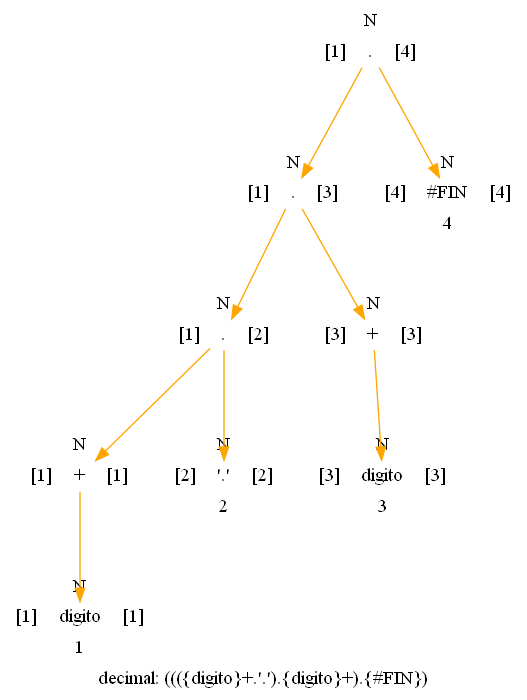
The Graphviz diagram ARBOLES_202004765/Arbol_decimal.png in PikaGuty/OLC1_Proyecto1_202004765, before a commit. Its source is kept beside it as ARBOLES_202004765/Arbol_decimal.dot. Source of this version:
```dot
digraph structs {
    node [shape=record];
    label = "decimal: ((({digito}+.'.').{digito}+).{#FIN})";
    Nodo9 [label="{ N |{[1]|<here> . |[4]}| }" color="white"];
    Nodo7 [label="{ N |{[1]|<here> . |[3]}| }" color="white"];
    Nodo4 [label="{ N |{[1]|<here> . |[2]}| }" color="white"];
    Nodo2 [label="{ N |{[1]|<here> + |[1]}| }" color="white"];
    Nodo1 [label="{ N |{[1]|<here> digito |[1]}| 1}" color="white"];
    Nodo3 [label="{ N |{[2]|<here> '.' |[2]}| 2}" color="white"];
    Nodo6 [label="{ N |{[3]|<here> + |[3]}| }" color="white"];
    Nodo5 [label="{ N |{[3]|<here> digito |[3]}| 3}" color="white"];
    Nodo8 [label="{ N |{[4]|<here> #FIN |[4]}| 4}" color="white"];
    Nodo9:here -> Nodo7:here [color="orange"];
    Nodo9:here -> Nodo8:here [color="orange"];
    Nodo7:here -> Nodo4:here [color="orange"];
    Nodo7:here -> Nodo6:here [color="orange"];
    Nodo4:here -> Nodo2:here [color="orange"];
    Nodo4:here -> Nodo3:here [color="orange"];
    Nodo2:here -> Nodo1:here [color="orange"];
    Nodo6:here -> Nodo5:here [color="orange"];
}
```
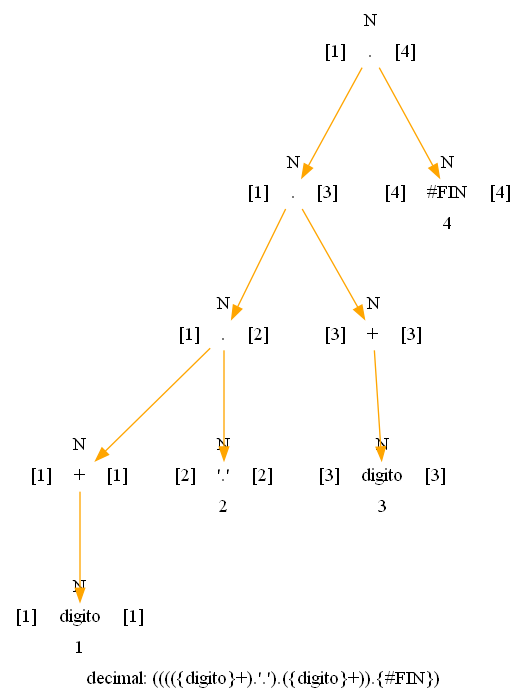
After the change.

Change to the diagram source:
```diff
@@ -1,6 +1,6 @@
 digraph structs {
     node [shape=record];
-    label = "decimal: ((({digito}+.'.').{digito}+).{#FIN})";
+    label = "decimal: (((({digito}+).'.').({digito}+)).{#FIN})";
     Nodo9 [label="{ N |{[1]|<here> . |[4]}| }" color="white"];
     Nodo7 [label="{ N |{[1]|<here> . |[3]}| }" color="white"];
     Nodo4 [label="{ N |{[1]|<here> . |[2]}| }" color="white"];
```
